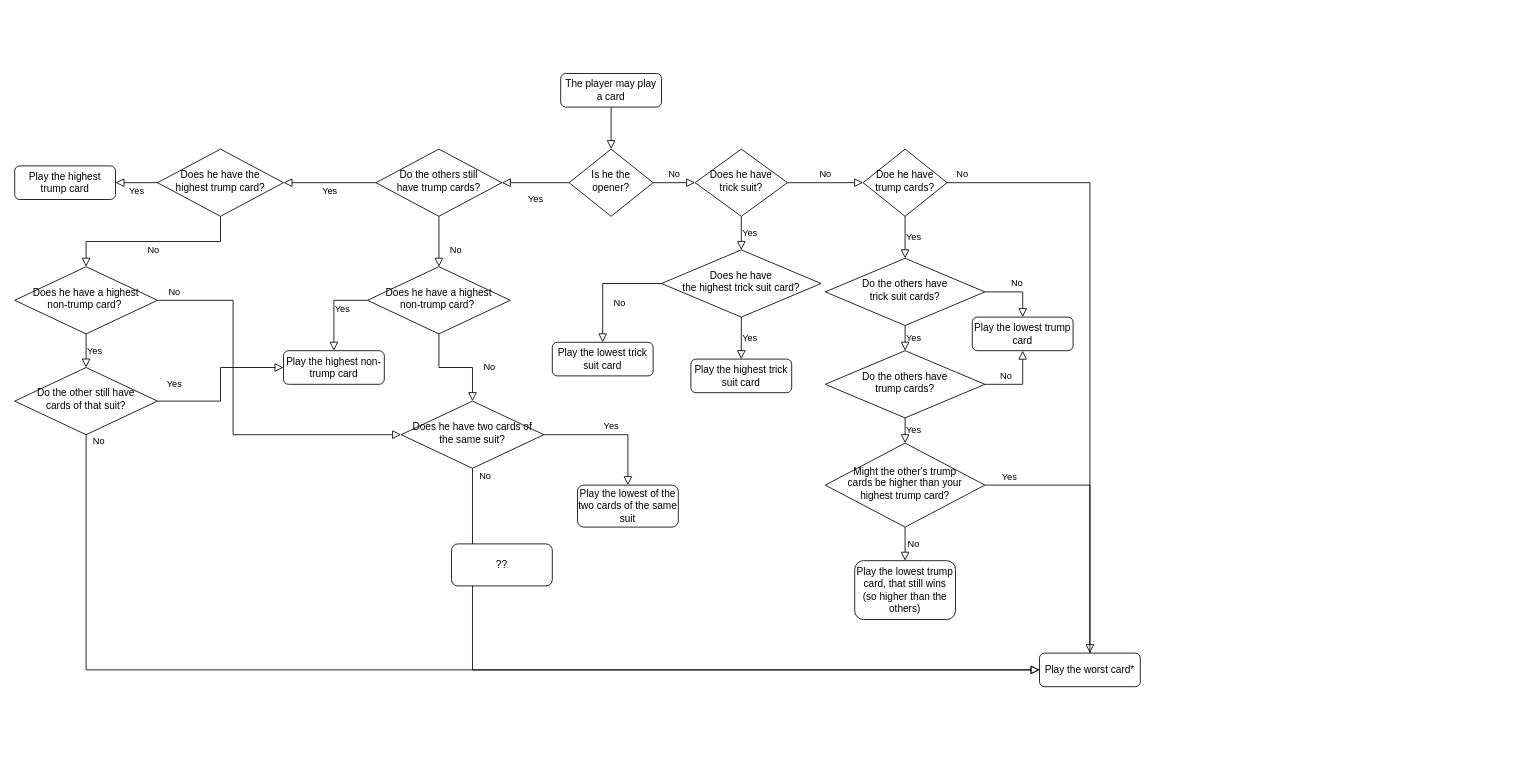
Earlier version of the draw.io diagram greedy_kripe.drawio (JeroenVanB/LAMAS). Source tidied: cells renumbered, new cells numbered last; positions are measured from the earlier drawing's top-left corner, leaving out a move shared by most shapes. Both pictures are drawn from the tidied source at 84%, with x=0, y=0 at pixel (14, 73).
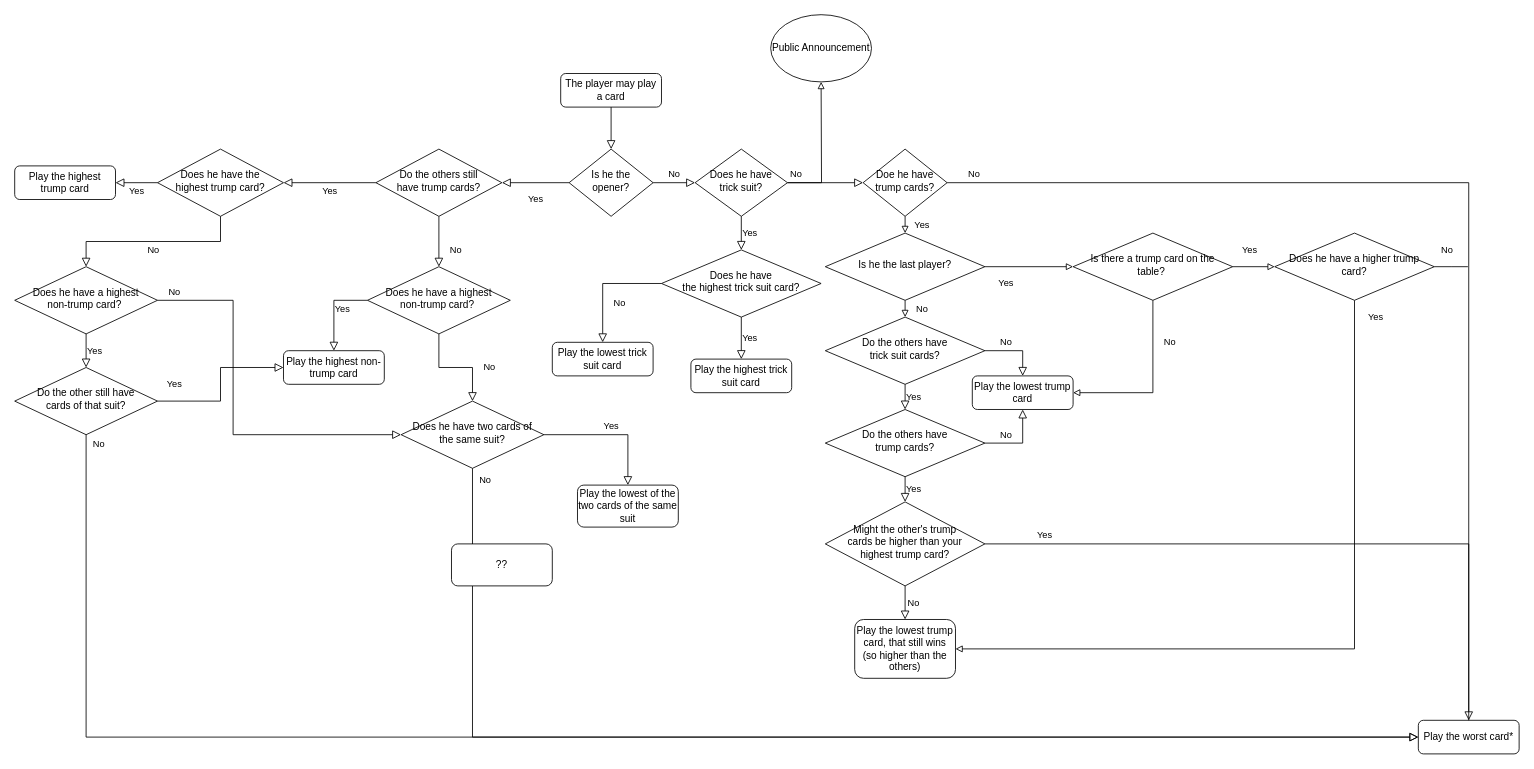
Above is the later version.

Commit message:
Changed action diagram

Unchanged cells that the change refers to:
```xml
<mxCell id="10" value="Does he have &lt;br&gt;trick suit?" style="rhombus;whiteSpace=wrap;html=1;shadow=0;fontFamily=Helvetica;fontSize=12;align=center;strokeWidth=1;spacing=6;spacingTop=-4;" parent="1" vertex="1">
  <mxGeometry x="810" y="90" width="110" height="80" as="geometry" />
</mxCell>
<mxCell id="13" value="Doe he have trump cards?" style="rhombus;whiteSpace=wrap;html=1;shadow=0;fontFamily=Helvetica;fontSize=12;align=center;strokeWidth=1;spacing=6;spacingTop=-4;" parent="1" vertex="1">
  <mxGeometry x="1010" y="90" width="100" height="80" as="geometry" />
</mxCell>
```

The edit, as a diff of the source:
```diff
@@
+    <mxCell id="52" style="edgeStyle=orthogonalEdgeStyle;rounded=0;jettySize=auto;html=1;exitX=1;exitY=0.5;exitDx=0;exitDy=0;entryX=0.5;entryY=1;entryDx=0;entryDy=0;endArrow=block;endFill=0;" parent="1" edge="1" source="10">
+      <mxGeometry relative="1" as="geometry">
+        <mxPoint x="960" y="10" as="targetPoint" />
+      </mxGeometry>
+    </mxCell>
@@
+    <mxCell id="53" style="edgeStyle=orthogonalEdgeStyle;rounded=0;jettySize=auto;html=1;exitX=0.5;exitY=1;exitDx=0;exitDy=0;entryX=0.5;entryY=0;entryDx=0;entryDy=0;endArrow=block;endFill=0;" parent="1" edge="1" source="13" target="56">
+      <mxGeometry relative="1" as="geometry" />
+    </mxCell>
@@
     <mxCell id="14" value="No" style="edgeStyle=orthogonalEdgeStyle;rounded=0;html=1;jettySize=auto;fontSize=11;endArrow=block;endFill=0;endSize=8;strokeWidth=1;shadow=0;labelBackgroundColor=none;entryX=0;entryY=0.5;entryDx=0;entryDy=0;exitX=1;exitY=0.5;exitDx=0;exitDy=0;" parent="1" edge="1" source="10" target="13">
-      <mxGeometry y="10" relative="1" as="geometry" />
+      <mxGeometry x="-0.78" y="10" relative="1" as="geometry" />
     </mxCell>
@@
     <mxCell id="19" value="Do the others have &lt;br&gt;trick suit cards?" style="rhombus;whiteSpace=wrap;html=1;shadow=0;fontFamily=Helvetica;fontSize=12;align=center;strokeWidth=1;spacing=6;spacingTop=-4;" parent="1" vertex="1">
-      <mxGeometry x="965" y="220" width="190" height="80" as="geometry" />
+      <mxGeometry x="965" y="290" width="190" height="80" as="geometry" />
     </mxCell>
-    <mxCell id="20" value="Yes" style="edgeStyle=orthogonalEdgeStyle;rounded=0;html=1;jettySize=auto;fontSize=11;endArrow=block;endFill=0;endSize=8;strokeWidth=1;shadow=0;labelBackgroundColor=none;exitX=0.5;exitY=1;exitDx=0;exitDy=0;entryX=0.5;entryY=0;entryDx=0;entryDy=0;" parent="1" edge="1" source="13" target="19">
-      <mxGeometry y="10" relative="1" as="geometry" />
-    </mxCell>
@@
     <mxCell id="22" value="No" style="edgeStyle=orthogonalEdgeStyle;rounded=0;html=1;jettySize=auto;fontSize=11;endArrow=block;endFill=0;endSize=8;strokeWidth=1;shadow=0;labelBackgroundColor=none;exitX=1;exitY=0.5;exitDx=0;exitDy=0;entryX=0.5;entryY=0;entryDx=0;entryDy=0;" parent="1" edge="1" source="19" target="23">
-      <mxGeometry y="10" relative="1" as="geometry" />
+      <mxGeometry x="-0.33" y="10" relative="1" as="geometry" />
     </mxCell>
     <mxCell id="23" value="Play the lowest trump card" style="rounded=1;whiteSpace=wrap;html=1;fontSize=12;glass=0;strokeWidth=1;shadow=0;" parent="1" vertex="1">
-      <mxGeometry x="1140" y="290" width="120" height="40" as="geometry" />
+      <mxGeometry x="1140" y="360" width="120" height="40" as="geometry" />
     </mxCell>
@@
     <mxCell id="25" value="Do the others have &lt;br&gt;trump cards?" style="rhombus;whiteSpace=wrap;html=1;shadow=0;fontFamily=Helvetica;fontSize=12;align=center;strokeWidth=1;spacing=6;spacingTop=-4;" parent="1" vertex="1">
-      <mxGeometry x="965" y="330" width="190" height="80" as="geometry" />
+      <mxGeometry x="965" y="400" width="190" height="80" as="geometry" />
     </mxCell>
@@
     <mxCell id="28" value="Might the other's trump &lt;br&gt;cards be higher than your &lt;br&gt;highest trump card?" style="rhombus;whiteSpace=wrap;html=1;shadow=0;fontFamily=Helvetica;fontSize=12;align=center;strokeWidth=1;spacing=6;spacingTop=-4;" parent="1" vertex="1">
-      <mxGeometry x="965" y="440" width="190" height="100" as="geometry" />
+      <mxGeometry x="965" y="510" width="190" height="100" as="geometry" />
     </mxCell>
     <mxCell id="29" value="Play the lowest trump card, that still wins (so higher than the others)" style="rounded=1;whiteSpace=wrap;html=1;fontSize=12;glass=0;strokeWidth=1;shadow=0;" parent="1" vertex="1">
-      <mxGeometry x="1000" y="580" width="120" height="70" as="geometry" />
+      <mxGeometry x="1000" y="650" width="120" height="70" as="geometry" />
     </mxCell>
@@
     <mxCell id="31" value="Play the worst card*" style="rounded=1;whiteSpace=wrap;html=1;fontSize=12;glass=0;strokeWidth=1;shadow=0;" parent="1" vertex="1">
-      <mxGeometry x="1220" y="690" width="120" height="40" as="geometry" />
+      <mxGeometry x="1671" y="770" width="120" height="40" as="geometry" />
     </mxCell>
@@
+    <mxCell id="54" style="edgeStyle=orthogonalEdgeStyle;rounded=0;jettySize=auto;html=1;exitX=0.5;exitY=1;exitDx=0;exitDy=0;entryX=0.5;entryY=0;entryDx=0;entryDy=0;endArrow=block;endFill=0;" parent="1" edge="1" source="56" target="19">
+      <mxGeometry relative="1" as="geometry" />
+    </mxCell>
+    <mxCell id="55" style="edgeStyle=orthogonalEdgeStyle;rounded=0;jettySize=auto;html=1;exitX=1;exitY=0.5;exitDx=0;exitDy=0;entryX=0;entryY=0.5;entryDx=0;entryDy=0;endArrow=block;endFill=0;" parent="1" edge="1" source="56" target="62">
+      <mxGeometry relative="1" as="geometry" />
+    </mxCell>
+    <mxCell id="56" value="Is he the last player?" style="rhombus;whiteSpace=wrap;html=1;shadow=0;fontFamily=Helvetica;fontSize=12;align=center;strokeWidth=1;spacing=6;spacingTop=-4;" parent="1" vertex="1">
+      <mxGeometry x="965" y="190" width="190" height="80" as="geometry" />
+    </mxCell>
+    <mxCell id="57" value="&lt;font style=&quot;font-size: 11px&quot;&gt;Yes&lt;/font&gt;" style="text;html=1;align=center;verticalAlign=middle;" parent="1" vertex="1">
+      <mxGeometry x="1065" y="170" width="30" height="20" as="geometry" />
+    </mxCell>
+    <mxCell id="58" value="&lt;font style=&quot;font-size: 11px&quot;&gt;No&lt;/font&gt;" style="text;html=1;align=center;verticalAlign=middle;" parent="1" vertex="1">
+      <mxGeometry x="1065" y="270" width="30" height="20" as="geometry" />
+    </mxCell>
+    <mxCell id="59" value="&lt;font style=&quot;font-size: 11px&quot;&gt;Yes&lt;/font&gt;" style="text;html=1;align=center;verticalAlign=middle;" parent="1" vertex="1">
+      <mxGeometry x="1165" y="240" width="30" height="20" as="geometry" />
+    </mxCell>
+    <mxCell id="60" style="edgeStyle=orthogonalEdgeStyle;rounded=0;jettySize=auto;html=1;exitX=1;exitY=0.5;exitDx=0;exitDy=0;entryX=0;entryY=0.5;entryDx=0;entryDy=0;endArrow=block;endFill=0;" parent="1" edge="1" source="62" target="65">
+      <mxGeometry relative="1" as="geometry" />
+    </mxCell>
+    <mxCell id="61" style="edgeStyle=orthogonalEdgeStyle;rounded=0;jettySize=auto;html=1;exitX=0.5;exitY=1;exitDx=0;exitDy=0;entryX=1;entryY=0.5;entryDx=0;entryDy=0;endArrow=block;endFill=0;" parent="1" edge="1" source="62" target="23">
+      <mxGeometry relative="1" as="geometry" />
+    </mxCell>
+    <mxCell id="62" value="&lt;p style=&quot;line-height: 120%&quot;&gt;Is there a trump card on the table?&amp;nbsp;&lt;/p&gt;" style="rhombus;whiteSpace=wrap;html=1;shadow=0;fontFamily=Helvetica;fontSize=12;align=center;strokeWidth=1;spacing=6;spacingTop=-4;" parent="1" vertex="1">
+      <mxGeometry x="1260" y="190" width="190" height="80" as="geometry" />
+    </mxCell>
+    <mxCell id="63" style="edgeStyle=orthogonalEdgeStyle;rounded=0;jettySize=auto;html=1;exitX=1;exitY=0.5;exitDx=0;exitDy=0;endArrow=none;endFill=0;" parent="1" edge="1" source="65">
+      <mxGeometry relative="1" as="geometry">
+        <mxPoint x="1730" y="230" as="targetPoint" />
+      </mxGeometry>
+    </mxCell>
+    <mxCell id="64" style="edgeStyle=orthogonalEdgeStyle;rounded=0;jettySize=auto;html=1;exitX=0.5;exitY=1;exitDx=0;exitDy=0;entryX=1;entryY=0.5;entryDx=0;entryDy=0;endArrow=block;endFill=0;" parent="1" edge="1" source="65" target="29">
+      <mxGeometry relative="1" as="geometry" />
+    </mxCell>
+    <mxCell id="65" value="&lt;p style=&quot;line-height: 120%&quot;&gt;Does he have a higher trump card?&lt;/p&gt;" style="rhombus;whiteSpace=wrap;html=1;shadow=0;fontFamily=Helvetica;fontSize=12;align=center;strokeWidth=1;spacing=6;spacingTop=-4;" parent="1" vertex="1">
+      <mxGeometry x="1500" y="190" width="190" height="80" as="geometry" />
+    </mxCell>
+    <mxCell id="66" value="&lt;font style=&quot;font-size: 11px&quot;&gt;Yes&lt;/font&gt;" style="text;html=1;align=center;verticalAlign=middle;" parent="1" vertex="1">
+      <mxGeometry x="1455" y="200" width="30" height="20" as="geometry" />
+    </mxCell>
+    <mxCell id="67" value="&lt;font style=&quot;font-size: 11px&quot;&gt;No&lt;/font&gt;" style="text;html=1;align=center;verticalAlign=middle;" parent="1" vertex="1">
+      <mxGeometry x="1360" y="310" width="30" height="20" as="geometry" />
+    </mxCell>
+    <mxCell id="68" value="&lt;font style=&quot;font-size: 11px&quot;&gt;No&lt;/font&gt;" style="text;html=1;align=center;verticalAlign=middle;" parent="1" vertex="1">
+      <mxGeometry x="1690" y="200" width="30" height="20" as="geometry" />
+    </mxCell>
+    <mxCell id="69" value="&lt;font style=&quot;font-size: 11px&quot;&gt;Yes&lt;/font&gt;" style="text;html=1;align=center;verticalAlign=middle;" parent="1" vertex="1">
+      <mxGeometry x="1605" y="280" width="30" height="20" as="geometry" />
+    </mxCell>
+    <mxCell id="70" value="Public Announcement" style="ellipse;whiteSpace=wrap;html=1;" parent="1" vertex="1">
+      <mxGeometry x="900" y="-70" width="120" height="80" as="geometry" />
+    </mxCell>
```
